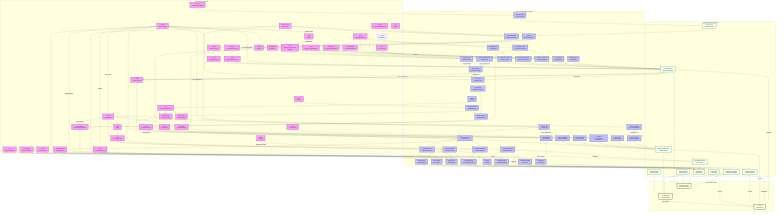
Before: docs/figures/scoliosis_mechanism_map.png, a diagram exported from Mermaid (sayuj1989-ops/life). Its source is kept beside it as docs/figures/scoliosis_mechanism_map.mmd.
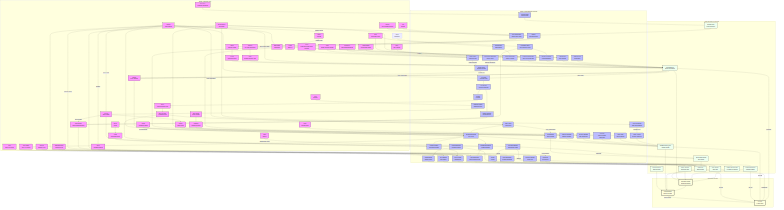
After the change.

Commit message:
feat: add BMSC cilia gravitational sensing pathway

The edit, as a diff of the source:
```diff
@@ -279,6 +279,8 @@
     CAV1 --> Membrane_Tension
     Membrane_Tension --> YAP
 
+    CILIA --> Osteogenesis
+
     class HOX,COL,PIEZO1,PIEZO2,CILIA,LBX1,ADGRG6,PTK7,YAP,PKD2L1,MMP,URP,UTS2R,GFAP,VIM,LAMIN,BMAL1,RUNX3,METTL3,ESR1,MELATONIN,MT2,HIF1A,POC5,DSTYK,TFEB,Beta_Catenin,DPY19L1L,IGF1R,GHR,SOST,FBN1,CCN,PPARGC1A,KCNQ,GPX4,CAV1 gene;
     class Region,ECM_Assembly,Mech_Trans,Sym_Break,Neur_Diff,Muscle_Diff,Disc_Maint,PCP_Sig,Nucl_Shuttle,CSF_Sensing,Degradation,Astrogliosis,mtROS,Adipogenesis,Hydraulic_Congestion,Immune_Infilt,Circadian_Entrain,Proprio_Maint,H3K9me3,VCL_Stasis,Glymphatic_Stasis,Vestibular_Input,Gi_cAMP,Ciliary_Tuning,Hypoxia,Osteogenesis,Ciliary_Splint,Vacuole_Biogenesis,C_Mannosylation,Rapid_Growth,Energy_Deficit,mtBiogenesis,Fibrosis,TGFB,Osteocyte_Dendrite,Actin_Dynamics,VEGF_A,Ferroptosis,Membrane_Tension process;
     class Rest_Kappa,Stiffness,Torsional_Stiffness,Gain,Torsion,Muscle_Tone,Anisotropy,TMD,Reissner_Fiber,Growth_Plate_Dysplasia tissue;
```
